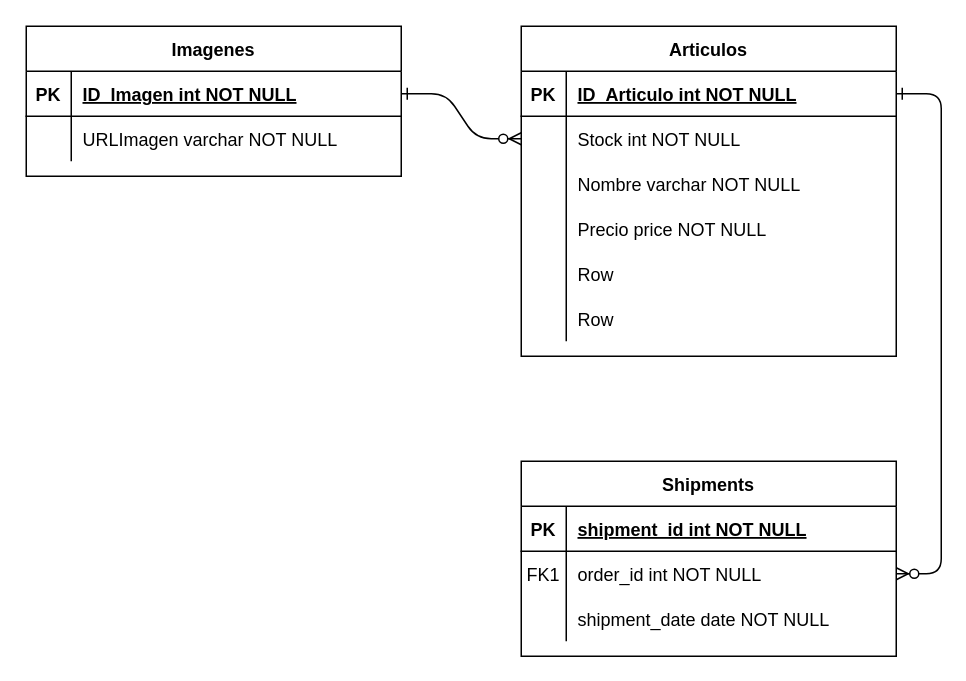
This is DER DB.drawio from Bassinii/TP-Cuatrimestral-Equipo23, a draw.io file, before an edit. Source tidied: cells renumbered, new cells numbered last; positions are measured from the earlier drawing's top-left corner, leaving out a move shared by most shapes. Both pictures are drawn from the tidied source at 150%, with x=0, y=0 at pixel (26, 26).
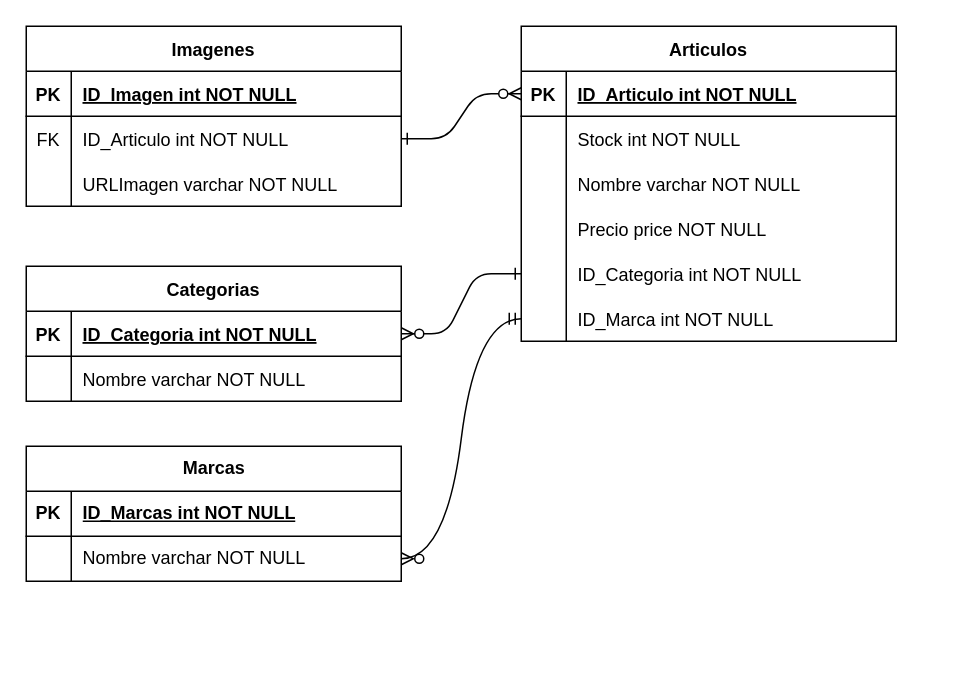
The same diagram, later.

Commit message:
Actualizar DER DB sin proveedores.drawio

The change refers to these unchanged cells:
```xml
<mxCell id="5" style="shape=partialRectangle;fillColor=none;points=[[0,0.5],[1,0.5]];portConstraint=eastwest;top=0;left=0;right=0;bottom=1;" parent="4" vertex="1">
  <mxGeometry y="30" width="250" height="30" as="geometry" />
</mxCell>
<mxCell id="8" style="shape=partialRectangle;fillColor=none;points=[[0,0.5],[1,0.5]];portConstraint=eastwest;top=0;left=0;right=0;bottom=0;" parent="4" vertex="1">
  <mxGeometry y="60" width="250" height="30" as="geometry" />
</mxCell>
<mxCell id="17" style="shape=tableRow;horizontal=0;startSize=0;swimlaneHead=0;swimlaneBody=0;fillColor=none;points=[[0,0.5],[1,0.5]];portConstraint=eastwest;top=0;left=0;right=0;bottom=0;" parent="4" vertex="1">
  <mxGeometry y="150" width="250" height="30" as="geometry" />
</mxCell>
<mxCell id="20" style="shape=tableRow;horizontal=0;startSize=0;swimlaneHead=0;swimlaneBody=0;fillColor=none;points=[[0,0.5],[1,0.5]];portConstraint=eastwest;top=0;left=0;right=0;bottom=0;" parent="4" vertex="1">
  <mxGeometry y="180" width="250" height="30" as="geometry" />
</mxCell>
<mxCell id="24" style="shape=partialRectangle;fillColor=none;points=[[0,0.5],[1,0.5]];portConstraint=eastwest;top=0;left=0;right=0;bottom=1;" parent="23" vertex="1">
  <mxGeometry y="30" width="250" height="30" as="geometry" />
</mxCell>
<mxCell id="27" style="shape=partialRectangle;fillColor=none;points=[[0,0.5],[1,0.5]];portConstraint=eastwest;top=0;left=0;right=0;bottom=0;" parent="23" vertex="1">
  <mxGeometry y="60" width="250" height="30" as="geometry" />
</mxCell>
<mxCell id="34" style="shape=partialRectangle;fillColor=none;points=[[0,0.5],[1,0.5]];portConstraint=eastwest;top=0;left=0;right=0;bottom=1;" parent="33" vertex="1">
  <mxGeometry y="30" width="250" height="30" as="geometry" />
</mxCell>
```

Change to the diagram source:
```diff
@@
-    <mxCell id="2" style="edgeStyle=entityRelationEdgeStyle;endArrow=ERzeroToMany;startArrow=ERone;endFill=1;startFill=0;" parent="1" edge="1" source="34" target="8">
+    <mxCell id="2" style="edgeStyle=entityRelationEdgeStyle;endArrow=ERzeroToMany;startArrow=ERone;endFill=1;startFill=0;" parent="1" edge="1" source="40" target="5">
       <mxGeometry relative="1" as="geometry" />
     </mxCell>
-    <mxCell id="3" style="edgeStyle=entityRelationEdgeStyle;endArrow=ERzeroToMany;startArrow=ERone;endFill=1;startFill=0;" parent="1" edge="1" source="5" target="27">
+    <mxCell id="3" style="edgeStyle=entityRelationEdgeStyle;endArrow=ERzeroToMany;startArrow=ERone;endFill=1;startFill=0;" parent="1" edge="1" source="17" target="24">
       <mxGeometry relative="1" as="geometry" />
     </mxCell>
     <mxCell id="4" value="Articulos" style="shape=table;startSize=30;childLayout=tableLayout;rowLines=0;fontStyle=1;align=center;" parent="1" vertex="1">
-      <mxGeometry x="330" width="250" height="220" as="geometry" />
+      <mxGeometry x="330" width="250" height="210" as="geometry" />
     </mxCell>
@@
-    <mxCell id="19" value="Row" style="shape=partialRectangle;fillColor=none;top=0;left=0;bottom=0;right=0;align=left;spacingLeft=6;overflow=hidden;" parent="17" vertex="1">
+    <mxCell id="19" value="ID_Categoria int NOT NULL" style="shape=partialRectangle;fillColor=none;top=0;left=0;bottom=0;right=0;align=left;spacingLeft=6;overflow=hidden;" parent="17" vertex="1">
       <mxGeometry x="30" width="220" height="30" as="geometry" />
     </mxCell>
@@
-    <mxCell id="22" value="Row" style="shape=partialRectangle;fillColor=none;top=0;left=0;bottom=0;right=0;align=left;spacingLeft=6;overflow=hidden;" parent="20" vertex="1">
+    <mxCell id="22" value="ID_Marca int NOT NULL" style="shape=partialRectangle;fillColor=none;top=0;left=0;bottom=0;right=0;align=left;spacingLeft=6;overflow=hidden;" parent="20" vertex="1">
       <mxGeometry x="30" width="220" height="30" as="geometry" />
     </mxCell>
-    <mxCell id="23" value="Shipments" style="shape=table;startSize=30;childLayout=tableLayout;rowLines=0;fontStyle=1;align=center;" parent="1" vertex="1">
-      <mxGeometry x="330" y="290" width="250" height="130" as="geometry" />
+    <mxCell id="23" value="Categorias" style="shape=table;startSize=30;childLayout=tableLayout;rowLines=0;fontStyle=1;align=center;" parent="1" vertex="1">
+      <mxGeometry y="160" width="250" height="90" as="geometry" />
     </mxCell>
@@
-    <mxCell id="26" value="shipment_id int NOT NULL " style="shape=partialRectangle;overflow=hidden;fillColor=none;top=0;left=0;bottom=0;right=0;align=left;spacingLeft=6;fontStyle=5;" parent="24" vertex="1">
+    <mxCell id="26" value="ID_Categoria int NOT NULL" style="shape=partialRectangle;overflow=hidden;fillColor=none;top=0;left=0;bottom=0;right=0;align=left;spacingLeft=6;fontStyle=5;" parent="24" vertex="1">
       <mxGeometry x="30" width="220" height="30" as="geometry" />
     </mxCell>
@@
-    <mxCell id="28" value="FK1" style="shape=partialRectangle;overflow=hidden;fillColor=none;top=0;left=0;bottom=0;right=0;" parent="27" vertex="1">
+    <mxCell id="28" style="shape=partialRectangle;overflow=hidden;fillColor=none;top=0;left=0;bottom=0;right=0;" parent="27" vertex="1">
       <mxGeometry width="30" height="30" as="geometry" />
     </mxCell>
-    <mxCell id="29" value="order_id int NOT NULL" style="shape=partialRectangle;overflow=hidden;fillColor=none;top=0;left=0;bottom=0;right=0;align=left;spacingLeft=6;" parent="27" vertex="1">
+    <mxCell id="29" value="Nombre varchar NOT NULL" style="shape=partialRectangle;overflow=hidden;fillColor=none;top=0;left=0;bottom=0;right=0;align=left;spacingLeft=6;" parent="27" vertex="1">
       <mxGeometry x="30" width="220" height="30" as="geometry" />
     </mxCell>
-    <mxCell id="30" style="shape=partialRectangle;fillColor=none;top=0;left=0;right=0;bottom=0;" parent="23" vertex="1">
-      <mxGeometry y="90" width="250" height="30" as="geometry" />
-    </mxCell>
-    <mxCell id="31" style="shape=partialRectangle;overflow=hidden;fillColor=none;top=0;left=0;bottom=0;right=0;" parent="30" vertex="1">
-      <mxGeometry width="30" height="30" as="geometry" />
-    </mxCell>
-    <mxCell id="32" value="shipment_date date NOT NULL" style="shape=partialRectangle;overflow=hidden;fillColor=none;top=0;left=0;bottom=0;right=0;align=left;spacingLeft=6;" parent="30" vertex="1">
-      <mxGeometry x="30" width="220" height="30" as="geometry" />
-    </mxCell>
     <mxCell id="33" value="Imagenes" style="shape=table;startSize=30;childLayout=tableLayout;rowLines=0;fontStyle=1;align=center;" parent="1" vertex="1">
-      <mxGeometry width="250" height="100" as="geometry" />
+      <mxGeometry width="250" height="120" as="geometry" />
     </mxCell>
@@
+    <mxCell id="40" style="shape=tableRow;horizontal=0;startSize=0;swimlaneHead=0;swimlaneBody=0;fillColor=none;points=[[0,0.5],[1,0.5]];portConstraint=eastwest;top=0;left=0;right=0;bottom=0;" parent="33" vertex="1">
+      <mxGeometry y="60" width="250" height="30" as="geometry" />
+    </mxCell>
+    <mxCell id="41" value="FK" style="shape=partialRectangle;fillColor=none;top=0;left=0;bottom=0;right=0;overflow=hidden;" parent="40" vertex="1">
+      <mxGeometry width="30" height="30" as="geometry" />
+    </mxCell>
+    <mxCell id="42" value="ID_Articulo int NOT NULL" style="shape=partialRectangle;fillColor=none;top=0;left=0;bottom=0;right=0;align=left;spacingLeft=6;overflow=hidden;" parent="40" vertex="1">
+      <mxGeometry x="30" width="220" height="30" as="geometry" />
+    </mxCell>
     <mxCell id="37" style="shape=partialRectangle;fillColor=none;top=0;left=0;right=0;bottom=0;" parent="33" vertex="1">
-      <mxGeometry y="60" width="250" height="30" as="geometry" />
+      <mxGeometry y="90" width="250" height="30" as="geometry" />
     </mxCell>
@@
+    <mxCell id="43" value="Marcas" style="shape=table;startSize=30;childLayout=tableLayout;rowLines=0;fontStyle=1;align=center;html=1;" parent="1" vertex="1">
+      <mxGeometry y="280" width="250" height="90" as="geometry" />
+    </mxCell>
+    <mxCell id="44" style="shape=tableRow;horizontal=0;startSize=0;swimlaneHead=0;swimlaneBody=0;fillColor=none;top=0;left=0;right=0;bottom=1;" parent="43" vertex="1">
+      <mxGeometry y="30" width="250" height="30" as="geometry" />
+    </mxCell>
+    <mxCell id="45" value="PK" style="shape=partialRectangle;fillColor=none;top=0;left=0;bottom=0;right=0;fontStyle=1;overflow=hidden;whiteSpace=wrap;html=1;" parent="44" vertex="1">
+      <mxGeometry width="30" height="30" as="geometry" />
+    </mxCell>
+    <mxCell id="46" value="ID_Marcas int NOT NULL" style="shape=partialRectangle;fillColor=none;top=0;left=0;bottom=0;right=0;align=left;spacingLeft=6;fontStyle=5;overflow=hidden;whiteSpace=wrap;html=1;" parent="44" vertex="1">
+      <mxGeometry x="30" width="220" height="30" as="geometry" />
+    </mxCell>
+    <mxCell id="47" style="shape=tableRow;horizontal=0;startSize=0;swimlaneHead=0;swimlaneBody=0;fillColor=none;points=[[0,0.5],[1,0.5]];portConstraint=eastwest;top=0;left=0;right=0;bottom=0;" parent="43" vertex="1">
+      <mxGeometry y="60" width="250" height="30" as="geometry" />
+    </mxCell>
+    <mxCell id="48" style="shape=partialRectangle;fillColor=none;top=0;left=0;bottom=0;right=0;overflow=hidden;whiteSpace=wrap;html=1;" parent="47" vertex="1">
+      <mxGeometry width="30" height="30" as="geometry" />
+    </mxCell>
+    <mxCell id="49" value="Nombre varchar NOT NULL" style="shape=partialRectangle;fillColor=none;top=0;left=0;bottom=0;right=0;align=left;spacingLeft=6;overflow=hidden;whiteSpace=wrap;html=1;" parent="47" vertex="1">
+      <mxGeometry x="30" width="220" height="30" as="geometry" />
+    </mxCell>
+    <mxCell id="50" style="edgeStyle=entityRelationEdgeStyle;fontSize=12;html=1;endArrow=ERzeroToMany;startArrow=ERmandOne;rounded=0;curved=1;" parent="1" edge="1" source="20" target="47">
+      <mxGeometry relative="1" as="geometry" />
+    </mxCell>
```
